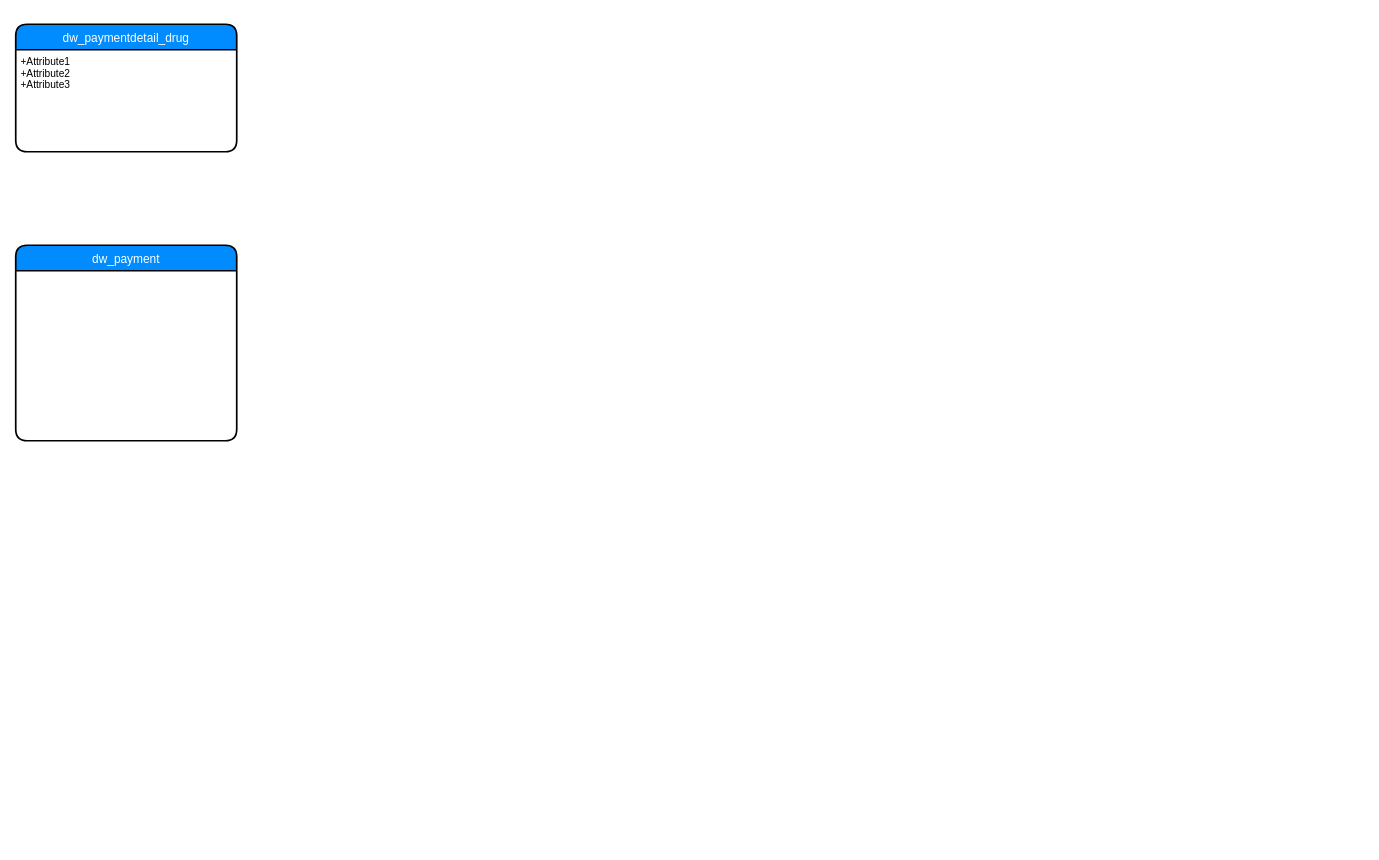
fangzheng0518/draw keeps this draw.io diagram as pet_data_warehouse/宠物医疗数据仓库主题.drawio. Above is the earlier version. Source tidied: cells renumbered, new cells numbered last; positions are measured from the earlier drawing's top-left corner, leaving out a move shared by most shapes. Both pictures are drawn from the tidied source at 85%, with x=0, y=0 at pixel (15, 24).
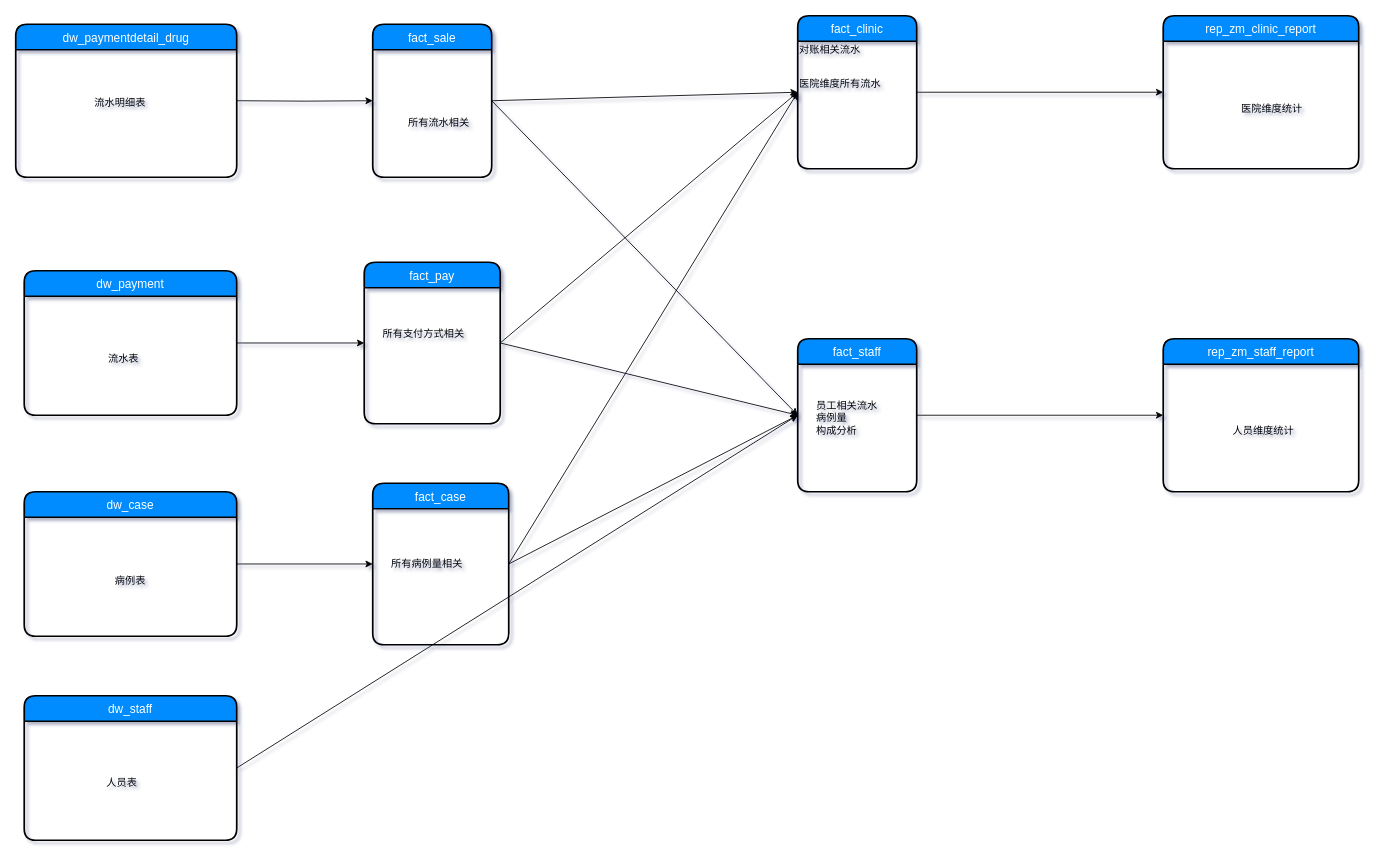
After the change.

Commit message (it also covers changes not shown here):
更新宠物医疗数据仓库主题.drawio

Diff of the diagram source:
```diff
@@
-<mxGraphModel>
+<mxGraphModel shadow="1">
@@
     <mxCell id="2" value="dw_paymentdetail_drug" style="swimlane;horizontal=1;startSize=30;fillColor=#008cff;fontColor=#FFFFFF;rounded=1;fontSize=14;fontStyle=0;strokeWidth=2;shadow=0;dashed=0;align=center;" parent="1" vertex="1">
-      <mxGeometry width="260" height="150" as="geometry" />
+      <mxGeometry width="260" height="180" as="geometry" />
     </mxCell>
-    <mxCell id="3" value="+Attribute1&#10;+Attribute2&#10;+Attribute3" style="align=left;strokeColor=none;fillColor=none;spacingLeft=4;fontSize=12;verticalAlign=top;" parent="2" vertex="1">
-      <mxGeometry y="30" width="260" height="120" as="geometry" />
-    </mxCell>
     <mxCell id="4" value="dw_payment" style="swimlane;horizontal=1;startSize=30;fillColor=#008cff;fontColor=#FFFFFF;rounded=1;fontSize=14;fontStyle=0;strokeWidth=2;shadow=0;dashed=0;align=center;" parent="1" vertex="1">
-      <mxGeometry y="260" width="260" height="230" as="geometry" />
+      <mxGeometry x="10" y="290" width="250" height="170" as="geometry" />
     </mxCell>
+    <mxCell id="5" value="fact_pay" style="swimlane;horizontal=1;startSize=30;fillColor=#008cff;fontColor=#FFFFFF;rounded=1;fontSize=14;fontStyle=0;strokeWidth=2;shadow=0;dashed=0;align=center;" parent="1" vertex="1">
+      <mxGeometry x="410" y="280" width="160" height="190" as="geometry" />
+    </mxCell>
+    <mxCell id="6" style="endArrow=classic;html=1;exitX=1;exitY=0.5;exitDx=0;exitDy=0;entryX=0;entryY=0.5;entryDx=0;entryDy=0;" parent="1" edge="1" source="4" target="5">
+      <mxGeometry relative="1" as="geometry" />
+    </mxCell>
+    <mxCell id="7" value="fact_sale" style="swimlane;horizontal=1;startSize=30;fillColor=#008cff;fontColor=#FFFFFF;rounded=1;fontSize=14;fontStyle=0;strokeWidth=2;shadow=0;dashed=0;align=center;" parent="1" vertex="1">
+      <mxGeometry x="420" width="140" height="180" as="geometry" />
+    </mxCell>
+    <mxCell id="8" style="edgeStyle=orthogonalEdgeStyle;rounded=0;jettySize=auto;html=1;entryX=0;entryY=0.5;entryDx=0;entryDy=0;" parent="1" edge="1" target="7">
+      <mxGeometry relative="1" as="geometry">
+        <mxPoint x="260" y="90" as="sourcePoint" />
+      </mxGeometry>
+    </mxCell>
+    <mxCell id="9" style="edgeStyle=orthogonalEdgeStyle;rounded=0;jettySize=auto;html=1;entryX=0;entryY=0.5;entryDx=0;entryDy=0;" parent="1" edge="1" source="10" target="13">
+      <mxGeometry relative="1" as="geometry" />
+    </mxCell>
+    <mxCell id="10" value="fact_clinic" style="swimlane;horizontal=1;startSize=30;fillColor=#008cff;fontColor=#FFFFFF;rounded=1;fontSize=14;fontStyle=0;strokeWidth=2;shadow=0;dashed=0;align=center;" parent="1" vertex="1">
+      <mxGeometry x="920" y="-10" width="140" height="180" as="geometry" />
+    </mxCell>
+    <mxCell id="11" value="对账相关流水&lt;br&gt;&lt;br&gt;&lt;br&gt;" style="text;html=1;align=left;verticalAlign=top;spacingTop=-4;" parent="10" vertex="1">
+      <mxGeometry y="30" width="140" height="40" as="geometry" />
+    </mxCell>
+    <mxCell id="12" value="医院维度所有流水" style="text;html=1;align=left;verticalAlign=top;spacingTop=-4;" parent="10" vertex="1">
+      <mxGeometry y="70" width="140" height="110" as="geometry" />
+    </mxCell>
+    <mxCell id="13" value="rep_zm_clinic_report" style="swimlane;horizontal=1;startSize=30;fillColor=#008cff;fontColor=#FFFFFF;rounded=1;fontSize=14;fontStyle=0;strokeWidth=2;shadow=0;dashed=0;align=center;" parent="1" vertex="1">
+      <mxGeometry x="1350" y="-10" width="230" height="180" as="geometry" />
+    </mxCell>
+    <mxCell id="14" value="rep_zm_staff_report" style="swimlane;horizontal=1;startSize=30;fillColor=#008cff;fontColor=#FFFFFF;rounded=1;fontSize=14;fontStyle=0;strokeWidth=2;shadow=0;dashed=0;align=center;" parent="1" vertex="1">
+      <mxGeometry x="1350" y="370" width="230" height="180" as="geometry" />
+    </mxCell>
+    <mxCell id="15" style="edgeStyle=orthogonalEdgeStyle;rounded=0;jettySize=auto;html=1;entryX=0;entryY=0.5;entryDx=0;entryDy=0;" parent="1" edge="1" source="16" target="14">
+      <mxGeometry relative="1" as="geometry" />
+    </mxCell>
+    <mxCell id="16" value="fact_staff" style="swimlane;horizontal=1;startSize=30;fillColor=#008cff;fontColor=#FFFFFF;rounded=1;fontSize=14;fontStyle=0;strokeWidth=2;shadow=0;dashed=0;align=center;" parent="1" vertex="1">
+      <mxGeometry x="920" y="370" width="140" height="180" as="geometry" />
+    </mxCell>
+    <mxCell id="17" value="fact_case" style="swimlane;horizontal=1;startSize=30;fillColor=#008cff;fontColor=#FFFFFF;rounded=1;fontSize=14;fontStyle=0;strokeWidth=2;shadow=0;dashed=0;align=center;" parent="1" vertex="1">
+      <mxGeometry x="420" y="540" width="160" height="190" as="geometry" />
+    </mxCell>
+    <mxCell id="18" style="edgeStyle=orthogonalEdgeStyle;rounded=0;jettySize=auto;html=1;entryX=0;entryY=0.5;entryDx=0;entryDy=0;" parent="1" edge="1" source="19" target="17">
+      <mxGeometry relative="1" as="geometry" />
+    </mxCell>
+    <mxCell id="19" value="dw_case" style="swimlane;horizontal=1;startSize=30;fillColor=#008cff;fontColor=#FFFFFF;rounded=1;fontSize=14;fontStyle=0;strokeWidth=2;shadow=0;dashed=0;align=center;" parent="1" vertex="1">
+      <mxGeometry x="10" y="550" width="250" height="170" as="geometry" />
+    </mxCell>
+    <mxCell id="20" style="endArrow=classic;html=1;entryX=0;entryY=0.5;entryDx=0;entryDy=0;exitX=1;exitY=0.5;exitDx=0;exitDy=0;" parent="1" edge="1" source="7" target="10">
+      <mxGeometry relative="1" as="geometry" />
+    </mxCell>
+    <mxCell id="21" style="endArrow=classic;html=1;exitX=1;exitY=0.5;exitDx=0;exitDy=0;entryX=0;entryY=0.5;entryDx=0;entryDy=0;" parent="1" edge="1" source="5" target="10">
+      <mxGeometry relative="1" as="geometry" />
+    </mxCell>
+    <mxCell id="22" style="endArrow=classic;html=1;exitX=1;exitY=0.5;exitDx=0;exitDy=0;entryX=0;entryY=0.5;entryDx=0;entryDy=0;" parent="1" edge="1" source="17" target="10">
+      <mxGeometry relative="1" as="geometry" />
+    </mxCell>
+    <mxCell id="23" style="endArrow=classic;html=1;exitX=1;exitY=0.5;exitDx=0;exitDy=0;entryX=0;entryY=0.5;entryDx=0;entryDy=0;" parent="1" edge="1" source="7" target="16">
+      <mxGeometry relative="1" as="geometry" />
+    </mxCell>
+    <mxCell id="24" style="endArrow=classic;html=1;exitX=1;exitY=0.5;exitDx=0;exitDy=0;entryX=0;entryY=0.5;entryDx=0;entryDy=0;" parent="1" edge="1" source="5" target="16">
+      <mxGeometry relative="1" as="geometry" />
+    </mxCell>
+    <mxCell id="25" style="endArrow=classic;html=1;exitX=1;exitY=0.5;exitDx=0;exitDy=0;entryX=0;entryY=0.5;entryDx=0;entryDy=0;" parent="1" edge="1" source="17" target="16">
+      <mxGeometry relative="1" as="geometry" />
+    </mxCell>
+    <mxCell id="26" value="所有病例量相关" style="text;html=1;align=left;verticalAlign=top;spacingTop=-4;" parent="1" vertex="1">
+      <mxGeometry x="440" y="625" width="130" height="10" as="geometry" />
+    </mxCell>
+    <mxCell id="27" value="所有支付方式相关" style="text;html=1;align=left;verticalAlign=top;spacingTop=-4;" parent="1" vertex="1">
+      <mxGeometry x="430" y="355" width="140" height="10" as="geometry" />
+    </mxCell>
+    <mxCell id="28" value="所有流水相关" style="text;html=1;align=left;verticalAlign=top;spacingTop=-4;" parent="1" vertex="1">
+      <mxGeometry x="460" y="106" width="110" height="10" as="geometry" />
+    </mxCell>
+    <mxCell id="29" value="流水明细表" style="text;html=1;align=left;verticalAlign=top;spacingTop=-4;" parent="1" vertex="1">
+      <mxGeometry x="91" y="83" width="100" height="10" as="geometry" />
+    </mxCell>
+    <mxCell id="30" value="流水表" style="text;html=1;align=left;verticalAlign=top;spacingTop=-4;" parent="1" vertex="1">
+      <mxGeometry x="107" y="384" width="60" height="10" as="geometry" />
+    </mxCell>
+    <mxCell id="31" value="病例表" style="text;html=1;align=left;verticalAlign=top;spacingTop=-4;" parent="1" vertex="1">
+      <mxGeometry x="115" y="645" width="60" height="10" as="geometry" />
+    </mxCell>
+    <mxCell id="32" value="员工相关流水&lt;br&gt;病例量&lt;br&gt;构成分析" style="text;html=1;align=left;verticalAlign=top;spacingTop=-4;" parent="1" vertex="1">
+      <mxGeometry x="940" y="439" width="110" height="40" as="geometry" />
+    </mxCell>
+    <mxCell id="33" value="医院维度统计" style="text;html=1;align=left;verticalAlign=top;spacingTop=-4;" parent="1" vertex="1">
+      <mxGeometry x="1440" y="90" width="110" height="20" as="geometry" />
+    </mxCell>
+    <mxCell id="34" value="人员维度统计" style="text;html=1;align=left;verticalAlign=top;spacingTop=-4;" parent="1" vertex="1">
+      <mxGeometry x="1430" y="469" width="110" height="20" as="geometry" />
+    </mxCell>
+    <mxCell id="35" value="dw_staff" style="swimlane;horizontal=1;startSize=30;fillColor=#008cff;fontColor=#FFFFFF;rounded=1;fontSize=14;fontStyle=0;strokeWidth=2;shadow=0;dashed=0;align=center;" parent="1" vertex="1">
+      <mxGeometry x="10" y="790" width="250" height="170" as="geometry" />
+    </mxCell>
+    <mxCell id="36" value="人员表" style="text;html=1;align=left;verticalAlign=top;spacingTop=-4;" parent="1" vertex="1">
+      <mxGeometry x="105" y="883" width="60" height="20" as="geometry" />
+    </mxCell>
+    <mxCell id="37" style="endArrow=classic;html=1;exitX=1;exitY=0.5;exitDx=0;exitDy=0;entryX=0;entryY=0.5;entryDx=0;entryDy=0;" parent="1" edge="1" source="35" target="16">
+      <mxGeometry relative="1" as="geometry" />
+    </mxCell>
```
